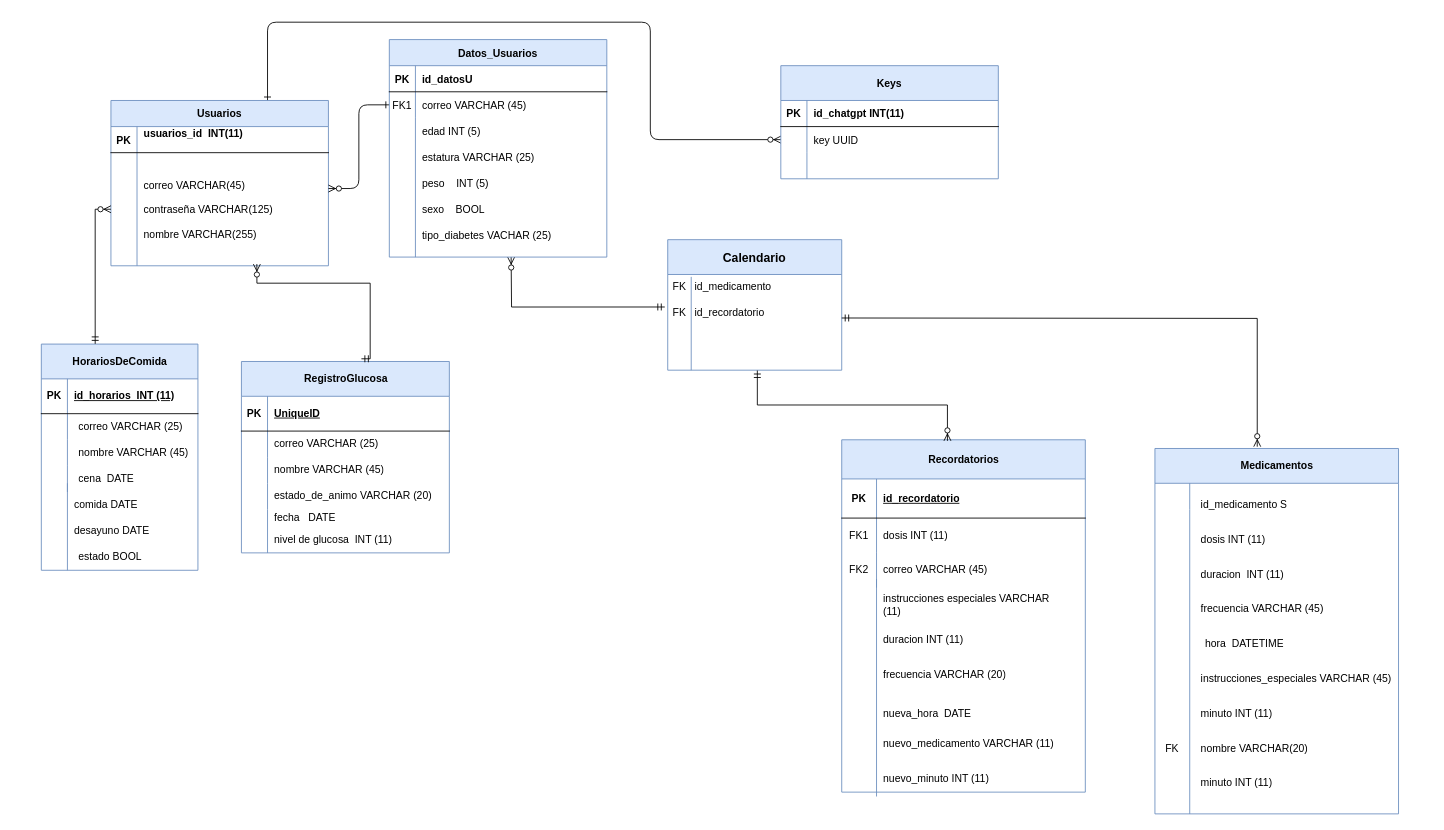
The draw.io diagram DiagramaGlucoBalance.drawio in AGEJH/Portafolio-Ingeniero, before the edit. Source tidied: cells renumbered, new cells numbered last; positions are measured from the earlier drawing's top-left corner, leaving out a move shared by most shapes. Both pictures are drawn from the tidied source at 87%, with x=0, y=0 at pixel (15, 22).
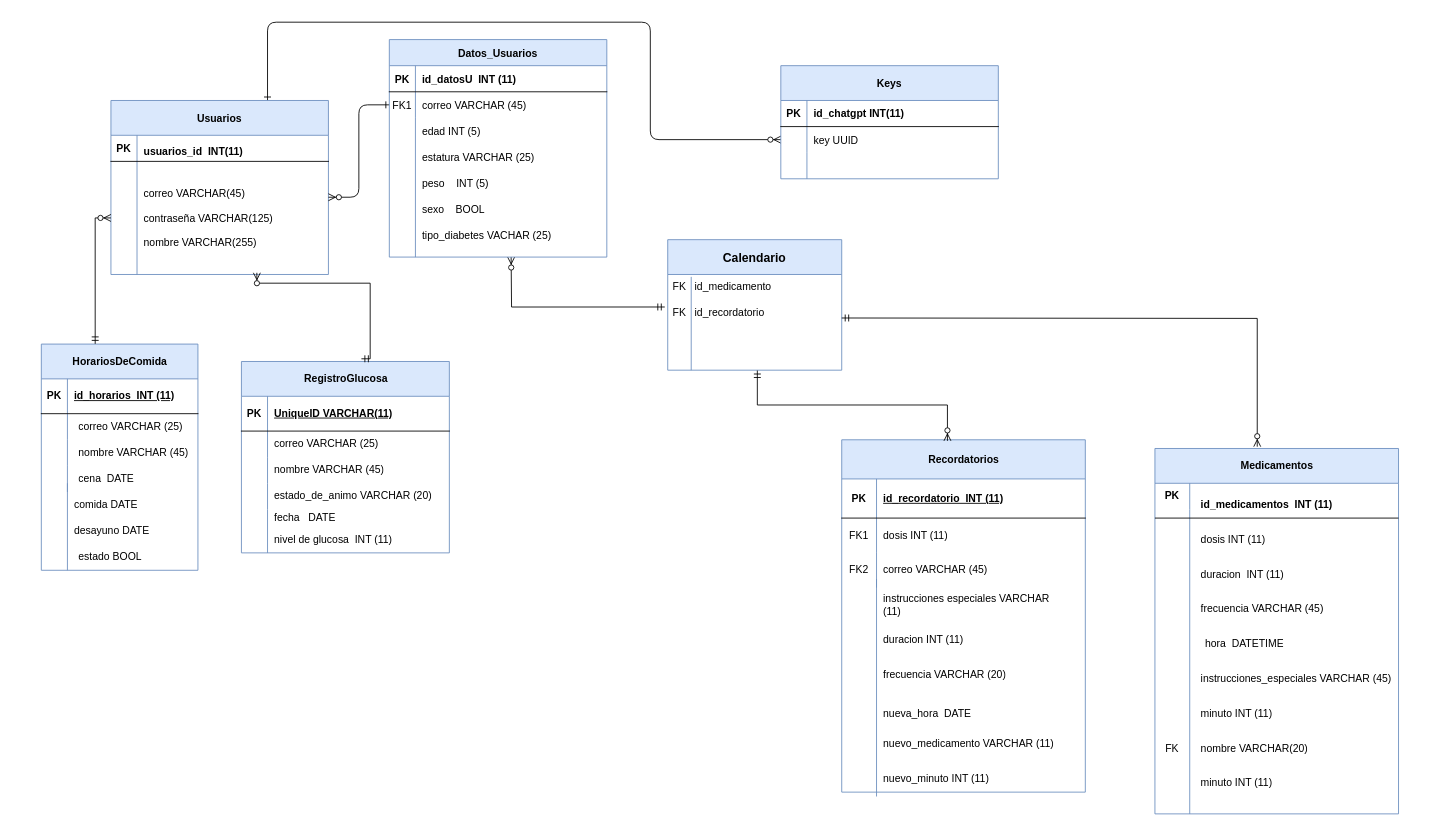
The same page after the edit.

The change refers to these unchanged cells:
```xml
<mxCell id="22" style="shape=tableRow;horizontal=0;startSize=0;swimlaneHead=0;swimlaneBody=0;fillColor=none;top=0;left=0;right=0;bottom=0;" parent="21" vertex="1">
  <mxGeometry y="40" width="280" height="30" as="geometry" />
</mxCell>
<mxCell id="41" style="shape=tableRow;horizontal=0;startSize=0;swimlaneHead=0;swimlaneBody=0;fillColor=none;top=0;left=0;right=0;bottom=1;" parent="40" vertex="1">
  <mxGeometry y="45" width="280" height="45" as="geometry" />
</mxCell>
<mxCell id="73" style="shape=tableRow;horizontal=0;startSize=0;swimlaneHead=0;swimlaneBody=0;fillColor=none;top=0;left=0;right=0;bottom=1;" parent="72" vertex="1">
  <mxGeometry y="40" width="239" height="40" as="geometry" />
</mxCell>
<mxCell id="91" style="shape=partialRectangle;fillColor=none;top=0;left=0;right=0;bottom=1;" parent="90" vertex="1">
  <mxGeometry y="30" width="250" height="30" as="geometry" />
</mxCell>
```

What changed in the source:
```diff
@@
-    <mxCell id="13" value="Usuarios" style="shape=table;startSize=30;childLayout=tableLayout;rowLines=0;fontStyle=1;align=center;fillColor=#dae8fc;strokeColor=#6c8ebf;" parent="1" vertex="1">
-      <mxGeometry x="110" y="90" width="250" height="190" as="geometry" />
+    <mxCell id="13" value="Usuarios" style="shape=table;startSize=40;childLayout=tableLayout;rowLines=0;fontStyle=1;align=center;fillColor=#dae8fc;strokeColor=#6c8ebf;" parent="1" vertex="1">
+      <mxGeometry x="110" y="90" width="250" height="200" as="geometry" />
     </mxCell>
     <mxCell id="14" style="shape=partialRectangle;fillColor=none;top=0;left=0;right=0;bottom=1;" parent="13" vertex="1">
-      <mxGeometry y="30" width="250" height="30" as="geometry" />
+      <mxGeometry y="40" width="250" height="30" as="geometry" />
     </mxCell>
@@
-    <mxCell id="16" value="usuarios_id  INT(11)&#10;" style="shape=partialRectangle;overflow=hidden;fillColor=none;top=0;left=0;bottom=0;right=0;align=left;spacingLeft=6;fontStyle=1;" parent="14" vertex="1">
+    <mxCell id="16" style="shape=partialRectangle;overflow=hidden;fillColor=none;top=0;left=0;bottom=0;right=0;align=left;spacingLeft=6;fontStyle=1;" parent="14" vertex="1">
       <mxGeometry x="30" width="220" height="30" as="geometry" />
     </mxCell>
     <mxCell id="17" style="shape=partialRectangle;fillColor=none;points=[[0,0.5],[1,0.5]];portConstraint=eastwest;top=0;left=0;right=0;bottom=0;" parent="13" vertex="1">
-      <mxGeometry y="60" width="250" height="130" as="geometry" />
+      <mxGeometry y="70" width="250" height="130" as="geometry" />
     </mxCell>
@@
-    <mxCell id="23" style="shape=partialRectangle;fillColor=none;top=0;left=0;bottom=0;right=0;overflow=hidden;whiteSpace=wrap;html=1;" parent="22" vertex="1">
+    <mxCell id="23" value="&lt;b&gt;PK&lt;/b&gt;" style="shape=partialRectangle;fillColor=none;top=0;left=0;bottom=0;right=0;overflow=hidden;whiteSpace=wrap;html=1;" parent="22" vertex="1">
       <mxGeometry width="40" height="30" as="geometry" />
     </mxCell>
@@
-    <mxCell id="33" value="id_medicamento S" style="shape=partialRectangle;fillColor=none;top=0;left=0;bottom=0;right=0;align=left;spacingLeft=6;overflow=hidden;whiteSpace=wrap;html=1;" parent="1" vertex="1">
+    <mxCell id="33" value="&lt;b&gt;id_medicamentos&amp;nbsp; INT (11)&lt;/b&gt;" style="shape=partialRectangle;fillColor=none;top=0;left=0;bottom=0;right=0;align=left;spacingLeft=6;overflow=hidden;whiteSpace=wrap;html=1;" parent="1" vertex="1">
       <mxGeometry x="1355" y="540" width="180" height="30" as="geometry" />
     </mxCell>
@@
-    <mxCell id="43" value="id_recordatorio" style="shape=partialRectangle;fillColor=none;top=0;left=0;bottom=0;right=0;align=left;spacingLeft=6;fontStyle=5;overflow=hidden;whiteSpace=wrap;html=1;" parent="41" vertex="1">
+    <mxCell id="43" value="id_recordatorio&amp;nbsp; INT (11)" style="shape=partialRectangle;fillColor=none;top=0;left=0;bottom=0;right=0;align=left;spacingLeft=6;fontStyle=5;overflow=hidden;whiteSpace=wrap;html=1;" parent="41" vertex="1">
       <mxGeometry x="40" width="240" height="45" as="geometry" />
     </mxCell>
@@
-    <mxCell id="75" value="UniqueID" style="shape=partialRectangle;fillColor=none;top=0;left=0;bottom=0;right=0;align=left;spacingLeft=6;fontStyle=5;overflow=hidden;whiteSpace=wrap;html=1;" parent="73" vertex="1">
+    <mxCell id="75" value="UniqueID VARCHAR(11)" style="shape=partialRectangle;fillColor=none;top=0;left=0;bottom=0;right=0;align=left;spacingLeft=6;fontStyle=5;overflow=hidden;whiteSpace=wrap;html=1;" parent="73" vertex="1">
       <mxGeometry x="30" width="209" height="40" as="geometry" />
     </mxCell>
@@
-    <mxCell id="93" value="id_datosU" style="shape=partialRectangle;overflow=hidden;fillColor=none;top=0;left=0;bottom=0;right=0;align=left;spacingLeft=6;fontStyle=1;" parent="91" vertex="1">
+    <mxCell id="93" value="id_datosU  INT (11)" style="shape=partialRectangle;overflow=hidden;fillColor=none;top=0;left=0;bottom=0;right=0;align=left;spacingLeft=6;fontStyle=1;" parent="91" vertex="1">
       <mxGeometry x="30" width="220" height="30" as="geometry" />
     </mxCell>
@@
+    <mxCell id="120" style="endArrow=none;html=1;rounded=0;" parent="1" edge="1">
+      <mxGeometry relative="1" as="geometry">
+        <mxPoint x="1310" y="570" as="sourcePoint" />
+        <mxPoint x="1590" y="570" as="targetPoint" />
+      </mxGeometry>
+    </mxCell>
+    <mxCell id="121" value="usuarios_id  INT(11)&#10;" style="shape=partialRectangle;overflow=hidden;fillColor=none;top=0;left=0;bottom=0;right=0;align=left;spacingLeft=6;fontStyle=1;" parent="1" vertex="1">
+      <mxGeometry x="140" y="140" width="220" height="30" as="geometry" />
+    </mxCell>
```
